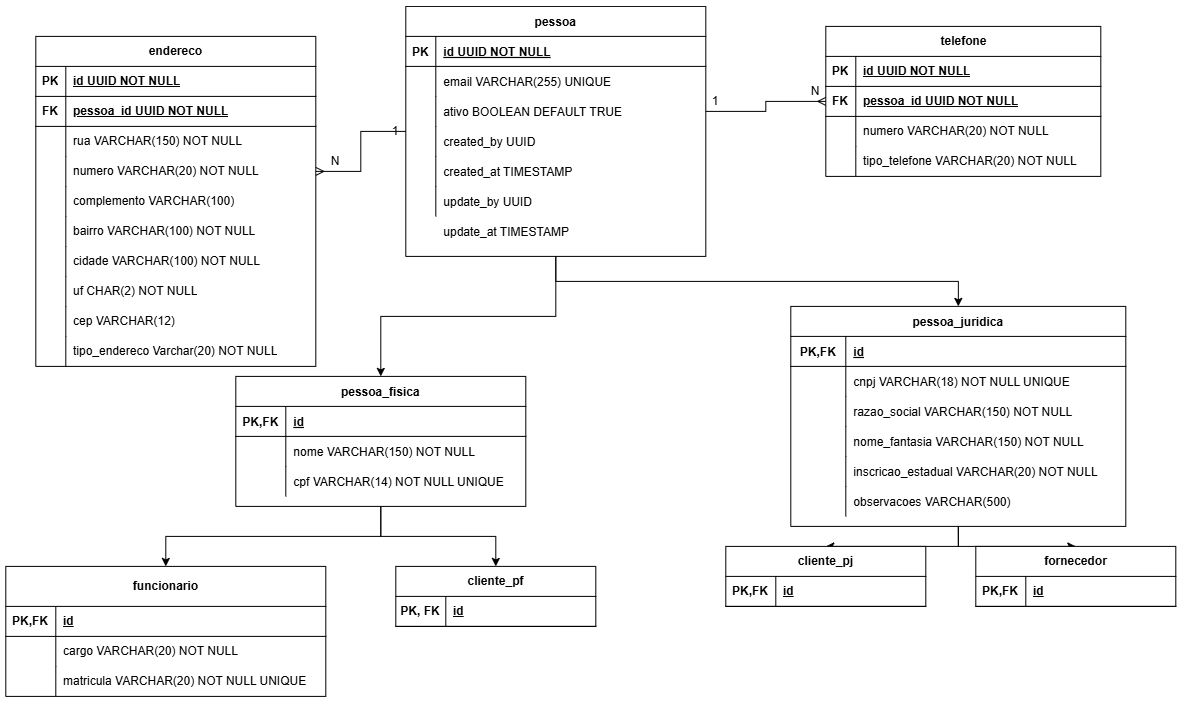
Earlier version of the draw.io export docs/modelo-relacional/ENTIDADE-RELACIONAL-PESSOA.drawio.png (henriqueValgas/oficina-mecanica-api). Source tidied: cells renumbered, new cells last; positions are measured from the earlier drawing's top-left corner, leaving out a move shared by most shapes.
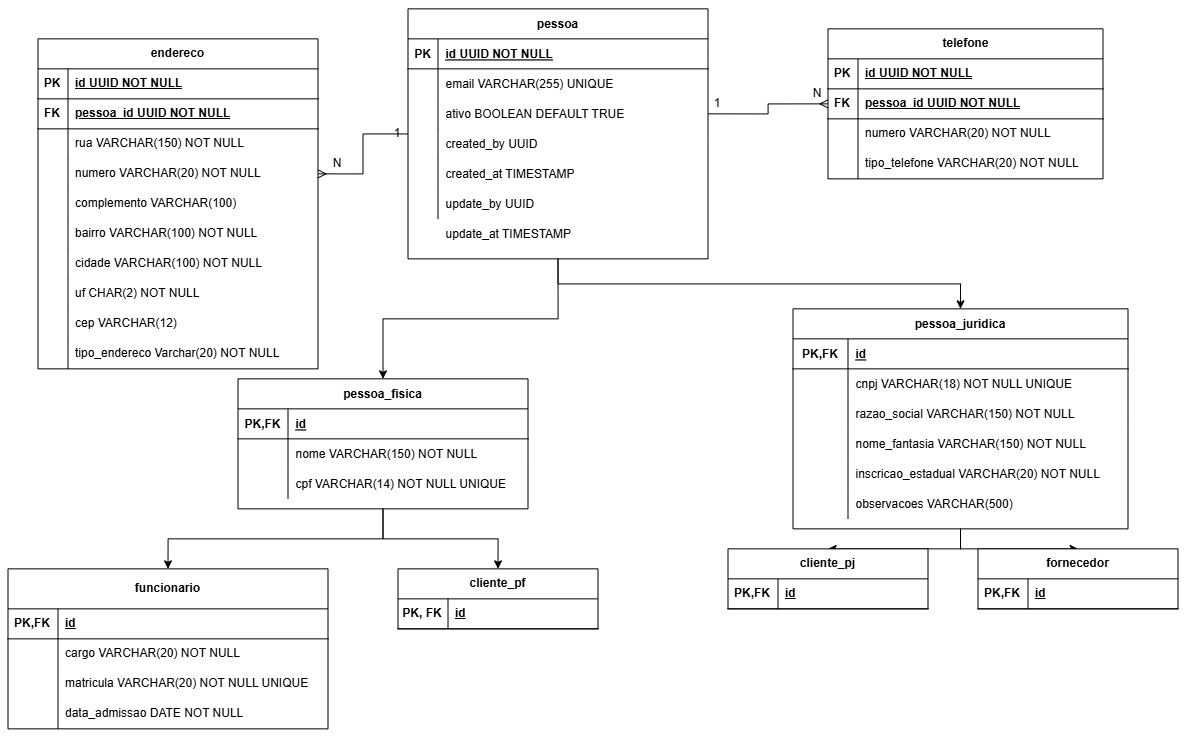
The same file after the commit.

Diff of the diagram source:
```diff
@@ -300,7 +300,7 @@
       <mxGeometry x="30" width="250" height="30" as="geometry" />
     </mxCell>
     <mxCell id="101" value="funcionario" style="shape=table;startSize=40;rowLines=0;fontStyle=1;align=center;html=1;" parent="1" vertex="1">
-      <mxGeometry y="560" width="320" height="130" as="geometry" />
+      <mxGeometry y="560" width="320" height="160" as="geometry" />
     </mxCell>
     <mxCell id="102" style="shape=tableRow;horizontal=0;startSize=0;swimlaneHead=0;swimlaneBody=0;fillColor=none;top=0;left=0;right=0;bottom=1;" parent="101" vertex="1">
       <mxGeometry y="40" width="320" height="30" as="geometry" />
@@ -329,6 +329,15 @@
     <mxCell id="110" value="matricula VARCHAR(20) NOT NULL UNIQUE" style="shape=partialRectangle;fillColor=none;top=0;left=0;bottom=0;right=0;align=left;spacingLeft=6;overflow=hidden;whiteSpace=wrap;html=1;" parent="108" vertex="1">
       <mxGeometry x="50" width="270" height="30" as="geometry" />
     </mxCell>
+    <mxCell id="131" style="shape=tableRow;horizontal=0;startSize=0;swimlaneHead=0;swimlaneBody=0;fillColor=none;top=0;left=0;right=0;bottom=0;" parent="101" vertex="1">
+      <mxGeometry y="130" width="320" height="30" as="geometry" />
+    </mxCell>
+    <mxCell id="132" style="shape=partialRectangle;fillColor=none;top=0;left=0;bottom=0;right=0;overflow=hidden;whiteSpace=wrap;html=1;" parent="131" vertex="1">
+      <mxGeometry width="50" height="30" as="geometry" />
+    </mxCell>
+    <mxCell id="133" value="data_admissao DATE NOT NULL&amp;nbsp;" style="shape=partialRectangle;fillColor=none;top=0;left=0;bottom=0;right=0;align=left;spacingLeft=6;overflow=hidden;whiteSpace=wrap;html=1;" parent="131" vertex="1">
+      <mxGeometry x="50" width="270" height="30" as="geometry" />
+    </mxCell>
     <mxCell id="111" value="cliente_pf" style="shape=table;startSize=30;rowLines=0;fontStyle=1;align=center;html=1;" parent="1" vertex="1">
       <mxGeometry x="390" y="560" width="200" height="60" as="geometry" />
     </mxCell>
```
